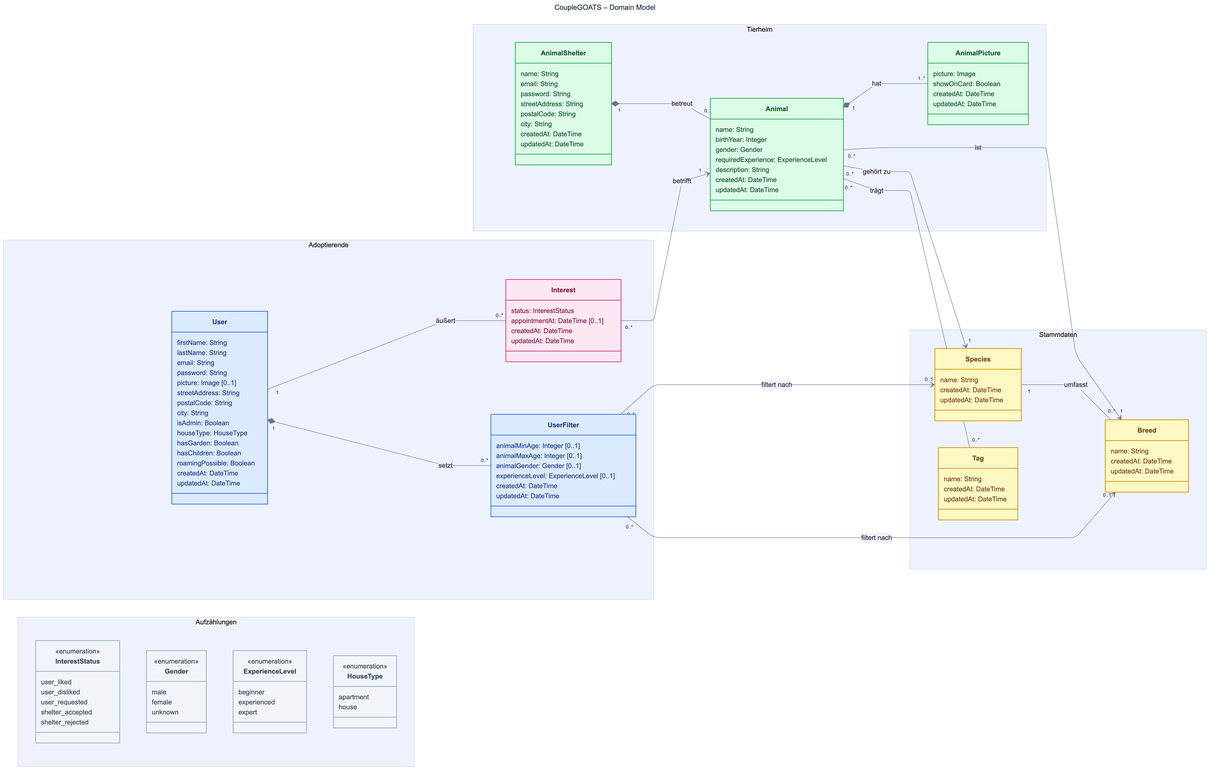
The Mermaid diagram docs/diagrams/domain_model.png in ImConsti/CoupleGOATS, before a commit. Its source is kept beside it as docs/diagrams/domain_model.mmd.
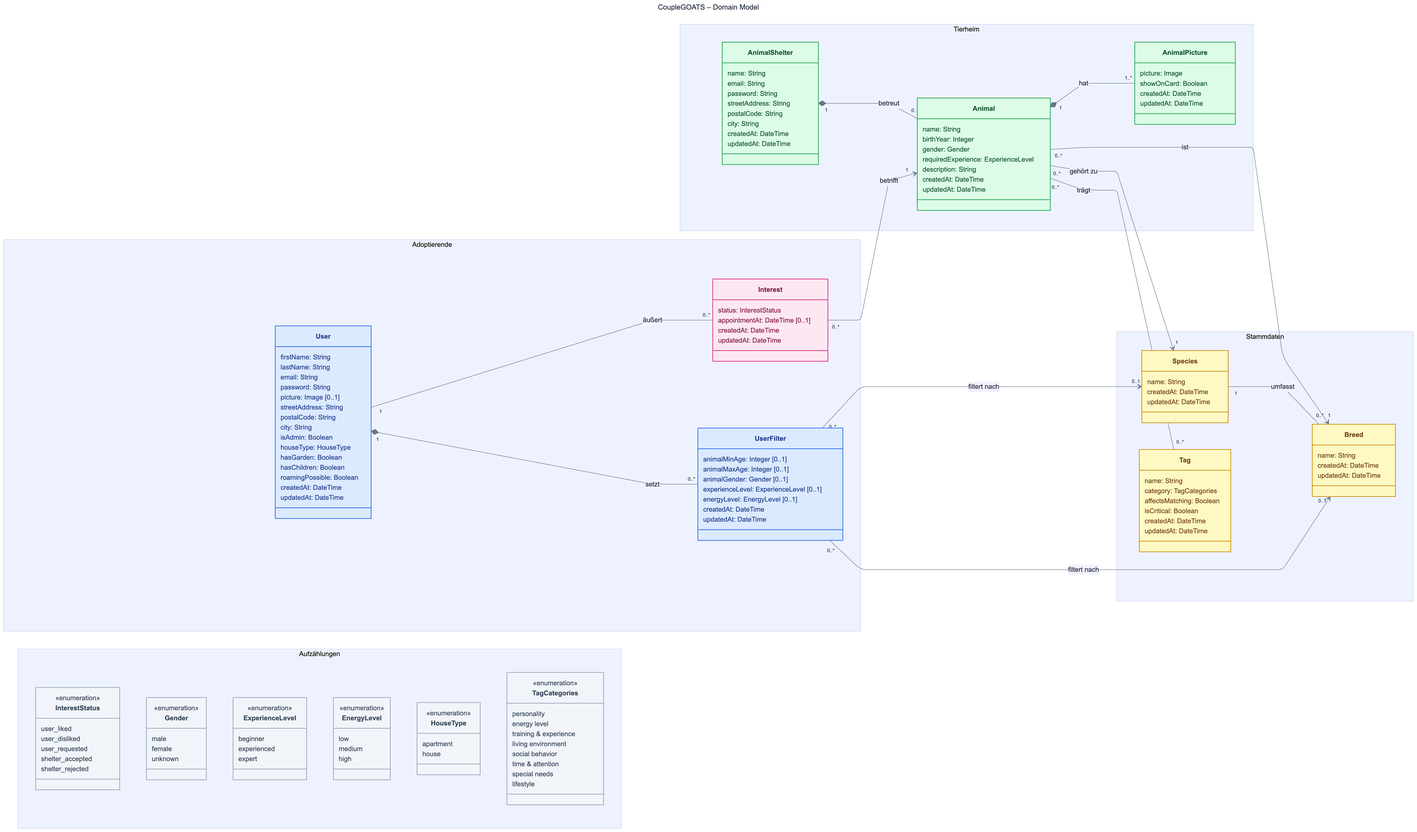
Above is the later version.

Commit message:
Update domain model

Change to the diagram source:
```diff
@@ -54,6 +54,9 @@
         }
         class Tag {
             name: String
+            category: TagCategories
+            affectsMatching: Boolean
+            isCritical: Boolean
             createdAt: DateTime
             updatedAt: DateTime
         }
@@ -82,6 +85,7 @@
             animalMaxAge: Integer [0..1]
             animalGender: Gender [0..1]
             experienceLevel: ExperienceLevel [0..1]
+            energyLevel: EnergyLevel [0..1]
             createdAt: DateTime
             updatedAt: DateTime
         }
@@ -114,10 +118,27 @@
             experienced
             expert
         }
+        class EnergyLevel {
+            <<enumeration>>
+            low
+            medium
+            high
+        }
         class HouseType {
             <<enumeration>>
             apartment
             house
+        }
+        class TagCategories{
+            <<enumeration>>
+            personality
+            energy level
+            training & experience
+            living environment
+            social behavior
+            time & attention
+            special needs
+            lifestyle
         }
     }
 
@@ -146,4 +167,6 @@
     style InterestStatus fill:#f1f5f9,stroke:#94a3b8,stroke-width:2px,color:#334155
     style Gender fill:#f1f5f9,stroke:#94a3b8,stroke-width:2px,color:#334155
     style ExperienceLevel fill:#f1f5f9,stroke:#94a3b8,stroke-width:2px,color:#334155
+    style EnergyLevel fill:#f1f5f9,stroke:#94a3b8,stroke-width:2px,color:#334155
     style HouseType fill:#f1f5f9,stroke:#94a3b8,stroke-width:2px,color:#334155
+    style TagCategories fill:#f1f5f9,stroke:#94a3b8,stroke-width:2px,color:#334155
```
